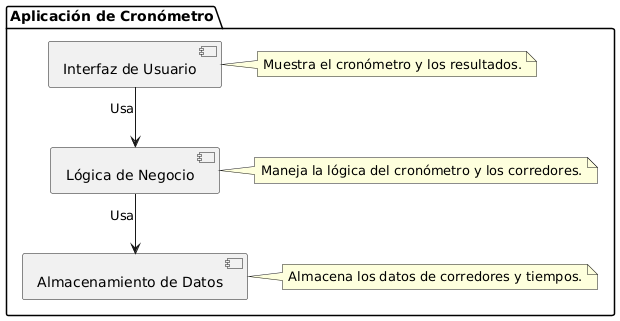
Before: Diagramas/Diagrama de componentes.png, a diagram exported from PlantUML (josesalazart3/Tarea-2).
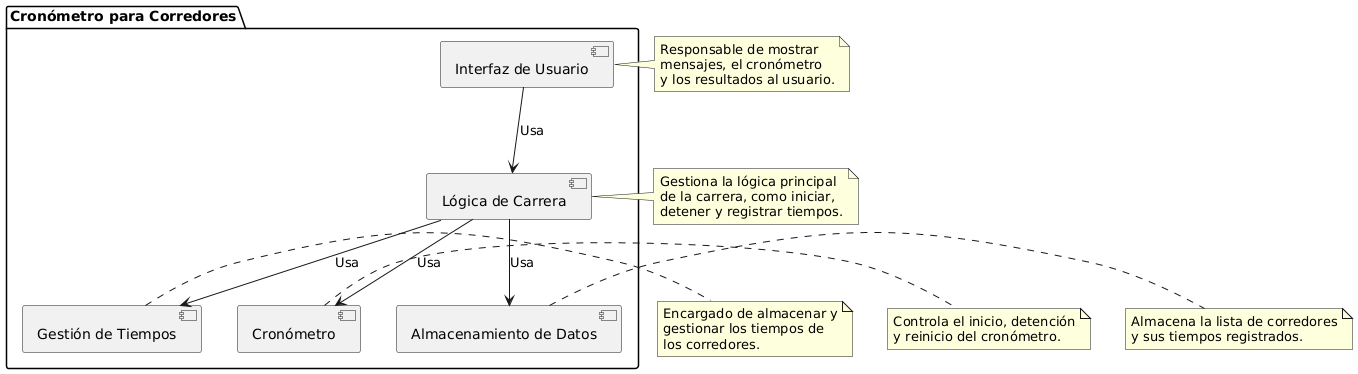
After the change.

What changed in the source:
```diff
@@ -1,17 +1,42 @@
 @startuml
-skinparam linetype ortho
-
-package "Aplicación de Cronómetro" {
-    component "Interfaz de Usuario" as UI
-    note right of UI: Muestra el cronómetro y los resultados.
-
-    component "Lógica de Negocio" as CronometroApp
-    note right of CronometroApp: Maneja la lógica del cronómetro y los corredores.
-
-    component "Almacenamiento de Datos" as DataStorage
-    note right of DataStorage: Almacena los datos de corredores y tiempos.
+package "Cronómetro para Corredores" {
+  [Interfaz de Usuario] as UI
+  [Lógica de Carrera] as Carrera
+  [Gestión de Tiempos] as Tiempos
+  [Cronómetro] as Cronometro
+  [Almacenamiento de Datos] as Datos
 }
 
-UI --> CronometroApp : Usa
-CronometroApp --> DataStorage : Usa
+UI --> Carrera : Usa
+Carrera --> Tiempos : Usa
+Carrera --> Cronometro : Usa
+Carrera --> Datos : Usa
+
+note right of UI
+  Responsable de mostrar
+  mensajes, el cronómetro
+  y los resultados al usuario.
+end note
+
+note right of Carrera
+  Gestiona la lógica principal
+  de la carrera, como iniciar,
+  detener y registrar tiempos.
+end note
+
+note right of Tiempos
+  Encargado de almacenar y
+  gestionar los tiempos de
+  los corredores.
+end note
+
+note right of Cronometro
+  Controla el inicio, detención
+  y reinicio del cronómetro.
+end note
+
+note right of Datos
+  Almacena la lista de corredores
+  y sus tiempos registrados.
+end note
 @enduml
```
